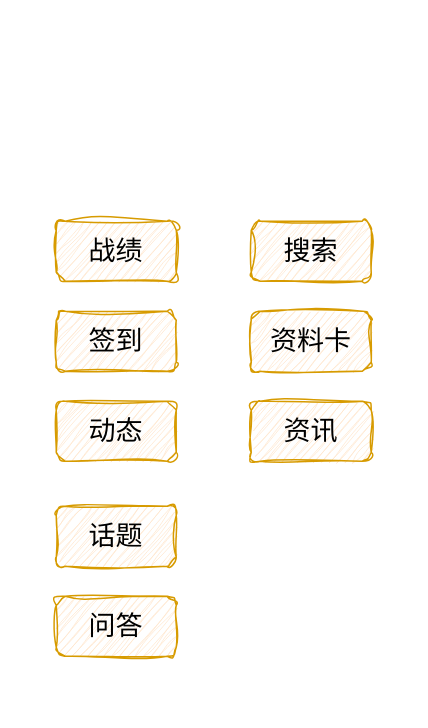
skindhu/9GAG keeps this draw.io diagram as nonConsistence.drawio. Above is the earlier version. Source tidied: cells renumbered, new cells numbered last; positions are measured from the earlier drawing's top-left corner, leaving out a move shared by most shapes. Both pictures are drawn from the tidied source at 150%, with x=0, y=0 at pixel (56, 220).
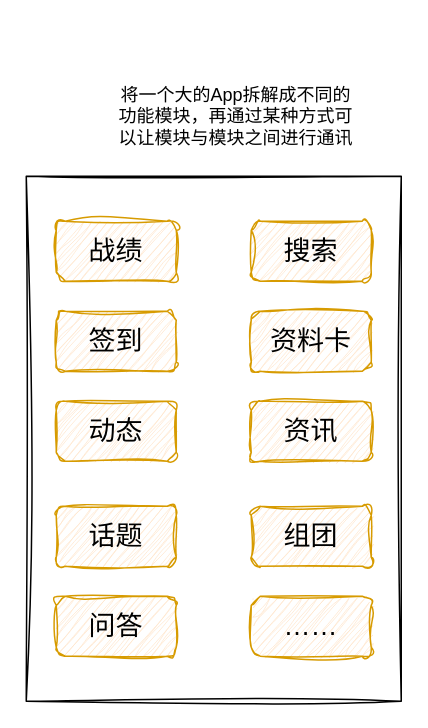
Above is the later version.

What changed in the source:
```diff
@@
 <mxGraphModel>
   <root>
     <mxCell id="0" />
     <mxCell id="1" parent="0" />
+    <mxCell id="10" style="rounded=0;whiteSpace=wrap;html=1;sketch=1;curveFitting=1;jiggle=2;" parent="1" vertex="1">
+      <mxGeometry x="-20" y="-30" width="250" height="350" as="geometry" />
+    </mxCell>
     <mxCell id="2" value="&lt;font style=&quot;font-size: 18px;&quot;&gt;战绩&lt;/font&gt;" style="rounded=1;whiteSpace=wrap;html=1;fillColor=#ffe6cc;strokeColor=#d79b00;sketch=1;curveFitting=1;jiggle=2;" parent="1" vertex="1">
       <mxGeometry width="80" height="40" as="geometry" />
     </mxCell>
     <mxCell id="3" value="&lt;font style=&quot;font-size: 18px;&quot;&gt;签到&lt;/font&gt;" style="rounded=1;whiteSpace=wrap;html=1;fillColor=#ffe6cc;strokeColor=#d79b00;sketch=1;curveFitting=1;jiggle=2;" parent="1" vertex="1">
       <mxGeometry y="60" width="80" height="40" as="geometry" />
     </mxCell>
     <mxCell id="4" value="&lt;font style=&quot;font-size: 18px;&quot;&gt;动态&lt;/font&gt;" style="rounded=1;whiteSpace=wrap;html=1;fillColor=#ffe6cc;strokeColor=#d79b00;sketch=1;curveFitting=1;jiggle=2;" parent="1" vertex="1">
       <mxGeometry y="120" width="80" height="40" as="geometry" />
     </mxCell>
     <mxCell id="5" value="&lt;font style=&quot;font-size: 18px;&quot;&gt;话题&lt;/font&gt;" style="rounded=1;whiteSpace=wrap;html=1;fillColor=#ffe6cc;strokeColor=#d79b00;sketch=1;curveFitting=1;jiggle=2;" parent="1" vertex="1">
       <mxGeometry y="190" width="80" height="40" as="geometry" />
     </mxCell>
     <mxCell id="6" value="&lt;font style=&quot;font-size: 18px;&quot;&gt;问答&lt;/font&gt;" style="rounded=1;whiteSpace=wrap;html=1;fillColor=#ffe6cc;strokeColor=#d79b00;sketch=1;curveFitting=1;jiggle=2;" parent="1" vertex="1">
       <mxGeometry y="250" width="80" height="40" as="geometry" />
     </mxCell>
     <mxCell id="7" value="&lt;font style=&quot;font-size: 18px;&quot;&gt;资料卡&lt;/font&gt;" style="rounded=1;whiteSpace=wrap;html=1;fillColor=#ffe6cc;strokeColor=#d79b00;sketch=1;curveFitting=1;jiggle=2;" parent="1" vertex="1">
       <mxGeometry x="130" y="60" width="80" height="40" as="geometry" />
     </mxCell>
     <mxCell id="8" value="&lt;span style=&quot;font-size: 18px;&quot;&gt;搜索&lt;/span&gt;" style="rounded=1;whiteSpace=wrap;html=1;fillColor=#ffe6cc;strokeColor=#d79b00;sketch=1;curveFitting=1;jiggle=2;" parent="1" vertex="1">
       <mxGeometry x="130" width="80" height="40" as="geometry" />
     </mxCell>
     <mxCell id="9" value="&lt;font style=&quot;font-size: 18px;&quot;&gt;资讯&lt;/font&gt;" style="rounded=1;whiteSpace=wrap;html=1;fillColor=#ffe6cc;strokeColor=#d79b00;sketch=1;curveFitting=1;jiggle=2;" parent="1" vertex="1">
       <mxGeometry x="130" y="120" width="80" height="40" as="geometry" />
     </mxCell>
+    <mxCell id="11" value="&lt;font style=&quot;font-size: 18px;&quot;&gt;组团&lt;/font&gt;" style="rounded=1;whiteSpace=wrap;html=1;fillColor=#ffe6cc;strokeColor=#d79b00;sketch=1;curveFitting=1;jiggle=2;" parent="1" vertex="1">
+      <mxGeometry x="130" y="190" width="80" height="40" as="geometry" />
+    </mxCell>
+    <mxCell id="12" value="&lt;font style=&quot;font-size: 18px;&quot;&gt;……&lt;/font&gt;" style="rounded=1;whiteSpace=wrap;html=1;fillColor=#ffe6cc;strokeColor=#d79b00;sketch=1;curveFitting=1;jiggle=2;" parent="1" vertex="1">
+      <mxGeometry x="130" y="250" width="80" height="40" as="geometry" />
+    </mxCell>
+    <mxCell id="13" value="将一个大的App拆解成不同的功能模块，再通过某种方式可以让模块与模块之间进行通讯" style="text;html=1;strokeColor=none;fillColor=none;align=center;verticalAlign=middle;whiteSpace=wrap;rounded=0;fontSize=12;" parent="1" vertex="1">
+      <mxGeometry x="40" y="-130" width="160" height="120" as="geometry" />
+    </mxCell>
   </root>
 </mxGraphModel>
```
